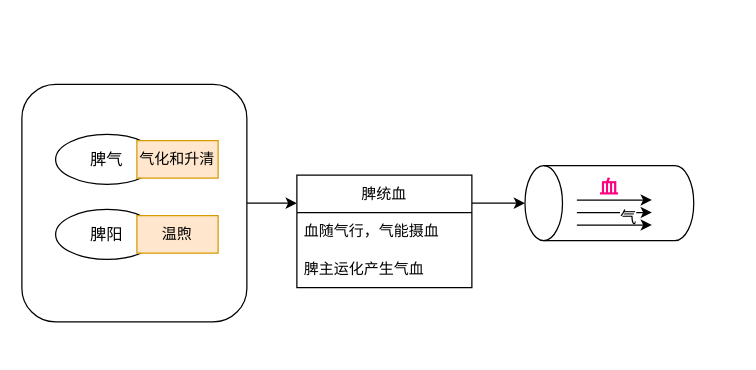
This is 医门推敲叁/中医藏象学说/藏像学说之脾/脾的主要生理功能/005脾主统血.drawio from 328507133/chart, a draw.io file, before an edit. Source tidied: cells renumbered, new cells numbered last; positions are measured from the earlier drawing's top-left corner, leaving out a move shared by most shapes. Both pictures are drawn from the tidied source at 125%, with x=0, y=0 at pixel (21, 84).
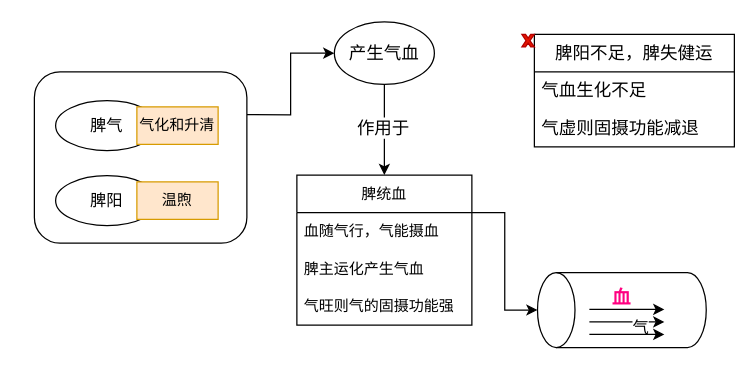
The same diagram, later.

Commit message:
更新005脾主统血.drawio

What changed in the source:
```diff
@@
-    <mxCell id="2" style="edgeStyle=orthogonalEdgeStyle;rounded=0;jettySize=auto;html=1;exitX=1;exitY=0.5;exitDx=0;exitDy=0;entryX=0;entryY=0.25;entryDx=0;entryDy=0;" parent="1" edge="1" source="3" target="19">
-      <mxGeometry relative="1" as="geometry" />
-    </mxCell>
+    <mxCell id="23" style="edgeStyle=orthogonalEdgeStyle;rounded=0;jettySize=auto;html=1;exitX=1;exitY=0.25;exitDx=0;exitDy=0;entryX=0;entryY=0.5;entryDx=0;entryDy=0;" parent="1" edge="1" source="3" target="27">
+      <mxGeometry relative="1" as="geometry" />
+    </mxCell>
     <mxCell id="3" style="rounded=1;whiteSpace=wrap;html=1;" parent="1" vertex="1">
-      <mxGeometry width="180" height="190" as="geometry" />
+      <mxGeometry x="10" y="-10" width="170" height="137" as="geometry" />
     </mxCell>
     <mxCell id="4" style="group;" parent="1" vertex="1">
-      <mxGeometry x="27" y="40" width="130" height="40" as="geometry" />
+      <mxGeometry x="27" y="13" width="130" height="40" as="geometry" />
     </mxCell>
@@
     <mxCell id="8" style="group;" parent="1" vertex="1">
-      <mxGeometry x="27" y="100" width="130" height="40" as="geometry" />
+      <mxGeometry x="27" y="73" width="130" height="40" as="geometry" />
     </mxCell>
@@
     <mxCell id="12" style="shape=cylinder3;whiteSpace=wrap;html=1;boundedLbl=1;backgroundOutline=1;size=15;rotation=-90;" parent="1" vertex="1">
-      <mxGeometry x="440" y="27.5" width="60" height="135" as="geometry" />
+      <mxGeometry x="450" y="113" width="60" height="135" as="geometry" />
     </mxCell>
     <mxCell id="13" style="group;" parent="1" vertex="1">
-      <mxGeometry x="444" y="92.5" width="60" height="20" as="geometry" />
+      <mxGeometry x="454" y="180" width="60" height="20" as="geometry" />
     </mxCell>
@@
     <mxCell id="18" value="血" style="text;html=1;align=center;verticalAlign=middle;whiteSpace=wrap;rounded=0;fontSize=15;fontStyle=1;fontColor=#FF0080;" parent="1" vertex="1">
-      <mxGeometry x="440" y="67" width="60" height="30" as="geometry" />
+      <mxGeometry x="450" y="154.5" width="60" height="30" as="geometry" />
     </mxCell>
     <mxCell id="19" value="脾统血" style="swimlane;fontStyle=0;horizontal=1;startSize=30;whiteSpace=wrap;html=1;" parent="1" vertex="1">
-      <mxGeometry x="220" y="72.5" width="140" height="90" as="geometry" />
+      <mxGeometry x="220" y="72.5" width="140" height="120" as="geometry" />
     </mxCell>
@@
+    <mxCell id="24" value="脾主运化产生气血" style="text;strokeColor=none;fillColor=none;align=left;verticalAlign=middle;spacingLeft=4;spacingRight=4;overflow=hidden;whiteSpace=wrap;html=1;" parent="19" vertex="1">
+      <mxGeometry y="60" width="140" height="30" as="geometry" />
+    </mxCell>
-    <mxCell id="21" value="脾主运化产生气血" style="text;strokeColor=none;fillColor=none;align=left;verticalAlign=middle;spacingLeft=4;spacingRight=4;overflow=hidden;whiteSpace=wrap;html=1;" parent="19" vertex="1">
-      <mxGeometry y="60" width="140" height="30" as="geometry" />
+    <mxCell id="21" value="气旺则气的固摄功能强" style="text;strokeColor=none;fillColor=none;align=left;verticalAlign=middle;spacingLeft=4;spacingRight=4;overflow=hidden;whiteSpace=wrap;html=1;" parent="19" vertex="1">
+      <mxGeometry y="90" width="140" height="30" as="geometry" />
     </mxCell>
@@
+    <mxCell id="25" style="edgeStyle=orthogonalEdgeStyle;rounded=0;jettySize=auto;html=1;exitX=0.5;exitY=1;exitDx=0;exitDy=0;entryX=0.5;entryY=0;entryDx=0;entryDy=0;" parent="1" edge="1" source="27" target="19">
+      <mxGeometry relative="1" as="geometry" />
+    </mxCell>
+    <mxCell id="26" value="作用于" style="edgeLabel;html=1;align=center;verticalAlign=middle;fontSize=14;" parent="25" vertex="1">
+      <mxGeometry x="-0.06" y="-2" relative="1" as="geometry" />
+    </mxCell>
+    <mxCell id="27" value="产生气血" style="ellipse;whiteSpace=wrap;html=1;fontSize=14;" parent="1" vertex="1">
+      <mxGeometry x="250" y="-50" width="80" height="50" as="geometry" />
+    </mxCell>
+    <mxCell id="28" style="group;" parent="1" vertex="1">
+      <mxGeometry x="400" y="-40" width="170" height="90" as="geometry" />
+    </mxCell>
+    <mxCell id="29" value="脾阳不足，脾失健运" style="swimlane;fontStyle=0;horizontal=1;startSize=30;whiteSpace=wrap;html=1;fontSize=14;" parent="28" vertex="1">
+      <mxGeometry x="10" width="160" height="90" as="geometry" />
+    </mxCell>
+    <mxCell id="30" value="气血生化不足" style="text;strokeColor=none;fillColor=none;align=left;verticalAlign=middle;spacingLeft=4;spacingRight=4;overflow=hidden;whiteSpace=wrap;html=1;fontSize=14;" parent="29" vertex="1">
+      <mxGeometry y="30" width="160" height="30" as="geometry" />
+    </mxCell>
+    <mxCell id="31" value="气虚则固摄功能减退" style="text;strokeColor=none;fillColor=none;align=left;verticalAlign=middle;spacingLeft=4;spacingRight=4;overflow=hidden;whiteSpace=wrap;html=1;fontSize=14;" parent="29" vertex="1">
+      <mxGeometry y="60" width="160" height="30" as="geometry" />
+    </mxCell>
+    <mxCell id="32" style="verticalLabelPosition=bottom;verticalAlign=top;html=1;shape=mxgraph.basic.x;fillColor=#e51400;strokeColor=#B20000;fontColor=#ffffff;" parent="28" vertex="1">
+      <mxGeometry width="10" height="10" as="geometry" />
+    </mxCell>
```
